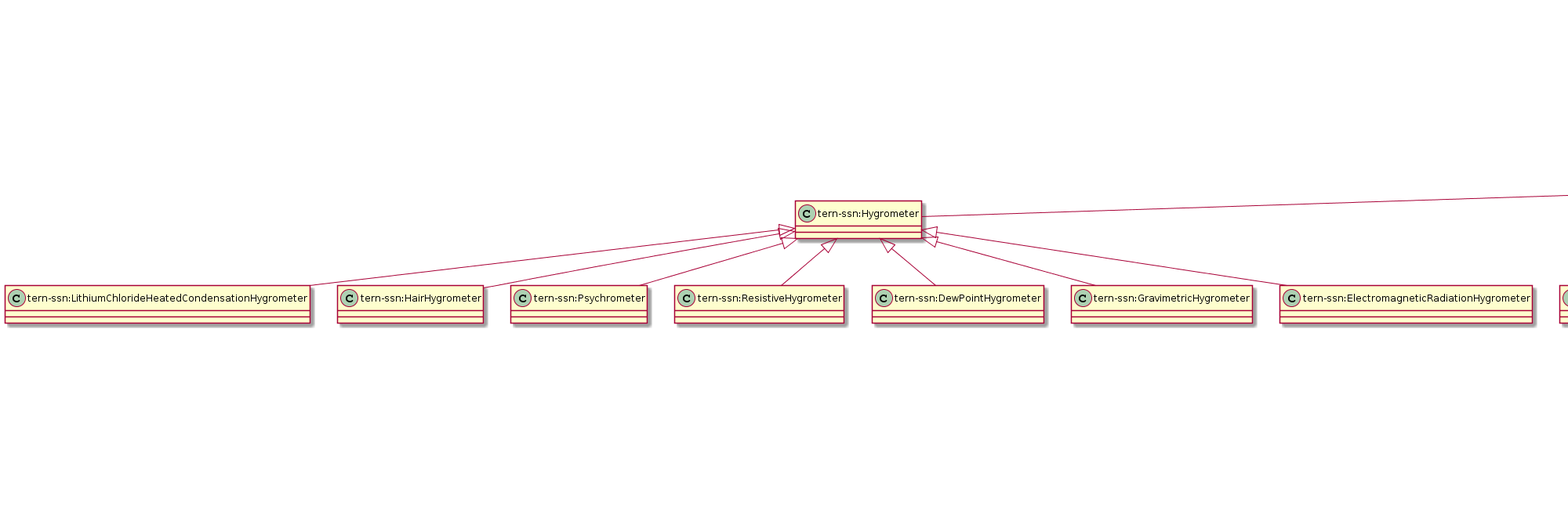
ternaustralia/ontology_tern-sensor keeps this PlantUML diagram as docs/tern-ssn.ttl.txt.png. Above is the earlier version.
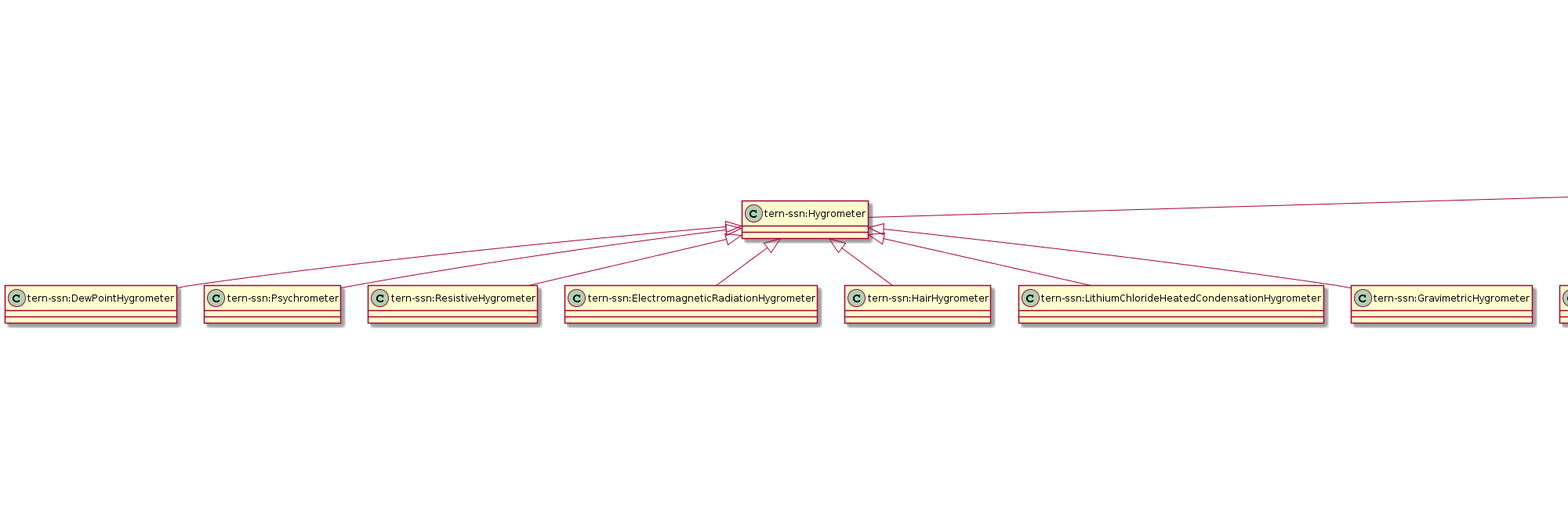
After the commit.

Diff of the diagram source:
```diff
@@ -1,189 +1,219 @@
 @startuml
 title TERN SSN ontology extension and vocabulary
+"tern-ssn:Hygrometer" <|-- "tern-ssn:DewPointHygrometer"
+"sosa:Sensor" <|-- "tern-ssn:Hygrometer"
+"owl:Thing" <|-- "tern-ssn:DeploymentInfo"
+"tern-ssn:Site" <|-- "tern-ssn:SuperSite"
+"tern-ssn:RadiationSensor" <|-- "tern-ssn:QuantumSensor"
+"sosa:Sensor" <|-- "tern-ssn:HeatFluxSensor"
+"sosa:Sensor" <|-- "tern-ssn:RainGauge"
+"tern-ssn:FixedPlatform" <|-- "tern-ssn:Site"
+"sosa:Sensor" <|-- "tern-ssn:SoilMoistureSensor"
+"tern-ssn:RainGauge" <|-- "tern-ssn:TippingBucketRainGauge"
+"owl:Thing" <|-- "tern-ssn:FlightPlan"
+"tern-ssn:RainGauge" <|-- "tern-ssn:OpticalRainGauge"
+"tern-ssn:Anemometer" <|-- "tern-ssn:HotWireAnemometer"
+"tern-ssn:SonicAnemometer" <|-- "tern-ssn:3DSonicAnemometer"
+"prov:Entity" <|-- "tern-ssn:SensorConfiguration"
+"sosa:Sensor" <|-- "tern-ssn:TemperatureSensor"
+"tern-ssn:Hygrometer" <|-- "tern-ssn:Psychrometer"
+"sosa:Sensor" <|-- "tern-ssn:InfraredGasAnalyzer"
+"tern-ssn:Hygrometer" <|-- "tern-ssn:ResistiveHygrometer"
+"tern-ssn:Hygrometer" <|-- "tern-ssn:ElectromagneticRadiationHygrometer"
+"tern-ssn:Site" <|-- "tern-ssn:EcosystemProcessesSite"
+"sosa:Platform" <|-- "tern-ssn:FixedPlatform"
+"sosa:Sensor" <|-- "tern-ssn:CapactitiveSensor"
+"tern-ssn:Anemometer" <|-- "tern-ssn:CupAnemometer"
+"sosa:Sensor" <|-- "tern-ssn:Barometer"
+"sosa:Sensor" <|-- "tern-ssn:Spectrometer"
+"sosa:Sensor" <|-- "tern-ssn:SapFlowSensor"
+"tern-ssn:Radiometer" <|-- "tern-ssn:Pyrradiometer"
+"tern-ssn:Site" <|-- "tern-ssn:AffiliateSuperSite"
+"prov:Entity" <|-- "tern-ssn:Calibration"
+"tern-ssn:Hygrometer" <|-- "tern-ssn:HairHygrometer"
 "tern-ssn:Hygrometer" <|-- "tern-ssn:LithiumChlorideHeatedCondensationHygrometer"
+"tern-ssn:Actinometer" <|-- "tern-ssn:Pyranometer"
+"tern-ssn:TemperatureSensor" <|-- "tern-ssn:Thermocouple"
+"ssn:System" <|-- "sosa:Sensor"
+"tern-ssn:EddyCovarianceFluxTower" <|-- "tern-ssn:PoleTower"
+"tern-ssn:Aircraft" <|-- "tern-ssn:Drone"
+"sosa:Sensor" <|-- "tern-ssn:RadiationSensor"
+"tern-ssn:TemperatureSensor" <|-- "tern-ssn:ResistanceThermometer"
+"tern-ssn:RadiationSensor" <|-- "tern-ssn:Pyrgeometer"
+"tern-ssn:EddyCovarianceFluxTower" <|-- "tern-ssn:TripodTower"
+"sosa:Sensor" <|-- "tern-ssn:Dendrometer"
 "tern-ssn:SoilMoistureSensor" <|-- "tern-ssn:TimeDomainReflectometer"
-"tern-ssn:RadiationSensor" <|-- "tern-ssn:QuantumSensor"
-"sosa:Sensor" <|-- "tern-ssn:RadiationSensor"
-"tern-ssn:Hygrometer" <|-- "tern-ssn:HairHygrometer"
-"sosa:Sensor" <|-- "tern-ssn:Hygrometer"
+"tern-ssn:RainGauge" <|-- "tern-ssn:WeighingPrecipitationGauge"
 "ssn:Property" <|-- "tern-ssn:SystemProperty"
+"tern-ssn:Barometer" <|-- "tern-ssn:AneroidBarometer"
+"tern-ssn:Actinometer" <|-- "tern-ssn:NetRadiometer"
+"tern-ssn:Barometer" <|-- "tern-ssn:MercuryBarometer"
+"tern-ssn:Hygrometer" <|-- "tern-ssn:GravimetricHygrometer"
+"tern-ssn:EddyCovarianceFluxTower" <|-- "tern-ssn:TriangleTower"
+"schema:Event" <|-- "tern-ssn:DroneCampaign"
+"tern-ssn:Barometer" <|-- "tern-ssn:ElectronicBarometer"
+"tern-ssn:SoilMoistureSensor" <|-- "tern-ssn:FrequencyDomainReflectometer"
+"sosa:Platform" <|-- "tern-ssn:MobilePlatform"
+"tern-ssn:RadiationSensor" <|-- "tern-ssn:Radiometer"
+"tern-ssn:Radiometer" <|-- "tern-ssn:Actinometer"
+"tern-ssn:SonicAnemometer" <|-- "tern-ssn:2DSonicAnemometer"
+"tern-ssn:EddyCovarianceFluxTower" <|-- "tern-ssn:WalkUpTower"
+"ssn:Property" <|-- "tern-ssn:SystemCapability"
+"tern-ssn:WindSensor" <|-- "tern-ssn:Anemometer"
+"tern-ssn:FixedPlatform" <|-- "tern-ssn:WeatherStation"
+"sosa:Sensor" <|-- "tern-ssn:WindSensor"
+"tern-ssn:MobilePlatform" <|-- "tern-ssn:Satellite"
 "sosa:Sensor" <|-- "tern-ssn:Ceilometer"
-"sosa:Sensor" <|-- "tern-ssn:Dendrometer"
-"tern-ssn:Actinometer" <|-- "tern-ssn:Pyranometer"
-"tern-ssn:TemperatureSensor" <|-- "tern-ssn:ResistanceThermometer"
-"tern-ssn:MobilePlatform" <|-- "tern-ssn:Satellite"
-"tern-ssn:SonicAnemometer" <|-- "tern-ssn:2DSonicAnemometer"
-"owl:Thing" <|-- "tern-ssn:DeploymentInfo"
-"tern-ssn:WindSensor" <|-- "tern-ssn:Anemometer"
-"tern-ssn:Barometer" <|-- "tern-ssn:ElectronicBarometer"
-"sosa:Platform" <|-- "tern-ssn:MobilePlatform"
-"tern-ssn:Actinometer" <|-- "tern-ssn:NetRadiometer"
-"sosa:Sensor" <|-- "tern-ssn:TemperatureSensor"
-"tern-ssn:FixedPlatform" <|-- "tern-ssn:WeatherStation"
-"tern-ssn:EcologicalPlot" <|-- "tern-ssn:SuperSite"
+"tern-ssn:RadiationSensor" <|-- "tern-ssn:Pyrheliometer"
 "tern-ssn:FixedPlatform" <|-- "tern-ssn:EddyCovarianceFluxTower"
-"tern-ssn:Anemometer" <|-- "tern-ssn:CupAnemometer"
-"tern-ssn:Hygrometer" <|-- "tern-ssn:Psychrometer"
-"sosa:Sensor" <|-- "tern-ssn:Spectrometer"
-"tern-ssn:Hygrometer" <|-- "tern-ssn:ResistiveHygrometer"
-"tern-ssn:Radiometer" <|-- "tern-ssn:Pyrradiometer"
 "tern-ssn:TemperatureSensor" <|-- "tern-ssn:Thermistor"
-"ssn:System" <|-- "sosa:Sensor"
 "tern-ssn:MobilePlatform" <|-- "tern-ssn:Aircraft"
-"sosa:Sensor" <|-- "tern-ssn:CapactitiveSensor"
-"tern-ssn:Hygrometer" <|-- "tern-ssn:DewPointHygrometer"
-"tern-ssn:RadiationSensor" <|-- "tern-ssn:Radiometer"
-"sosa:Sensor" <|-- "tern-ssn:SoilMoistureSensor"
-"tern-ssn:RainGauge" <|-- "tern-ssn:WeighingPrecipitationGauge"
-"sosa:Sensor" <|-- "tern-ssn:Barometer"
-"tern-ssn:TemperatureSensor" <|-- "tern-ssn:Thermocouple"
-"tern-ssn:Anemometer" <|-- "tern-ssn:HotWireAnemometer"
-"tern-ssn:Hygrometer" <|-- "tern-ssn:GravimetricHygrometer"
-"sosa:Sensor" <|-- "tern-ssn:InfraredGasAnalyzer"
-"tern-ssn:Aircraft" <|-- "tern-ssn:Drone"
 "tern-ssn:Anemometer" <|-- "tern-ssn:SonicAnemometer"
-"sosa:Platform" <|-- "tern-ssn:FixedPlatform"
-"tern-ssn:Barometer" <|-- "tern-ssn:MercuryBarometer"
-"sosa:Sensor" <|-- "tern-ssn:RainGauge"
-"tern-ssn:RainGauge" <|-- "tern-ssn:OpticalRainGauge"
-"sosa:Sensor" <|-- "tern-ssn:WindSensor"
-"tern-ssn:Barometer" <|-- "tern-ssn:AneroidBarometer"
-"tern-ssn:RadiationSensor" <|-- "tern-ssn:Pyrgeometer"
-"tern-ssn:FixedPlatform" <|-- "tern-ssn:EcologicalPlot"
-"sosa:Sensor" <|-- "tern-ssn:SapFlowSensor"
-"tern-ssn:Hygrometer" <|-- "tern-ssn:ElectromagneticRadiationHygrometer"
-"tern-ssn:RadiationSensor" <|-- "tern-ssn:Pyrheliometer"
-"sosa:Sensor" <|-- "tern-ssn:HeatFluxSensor"
-"tern-ssn:RainGauge" <|-- "tern-ssn:TippingBucketRainGauge"
-"tern-ssn:Radiometer" <|-- "tern-ssn:Actinometer"
-"tern-ssn:SoilMoistureSensor" <|-- "tern-ssn:FrequencyDomainReflectometer"
-"ssn:Property" <|-- "tern-ssn:SystemCapability"
-"tern-ssn:SonicAnemometer" <|-- "tern-ssn:3DSonicAnemometer"
+Class "tern-ssn:DewPointHygrometer" [[https://w3id.org/tern/ontologies/ssn/DewPointHygrometer]] {
+}
+Class "tern-ssn:Hygrometer" [[https://w3id.org/tern/ontologies/ssn/Hygrometer]] {
+}
+Class "tern-ssn:DeploymentInfo" [[https://w3id.org/tern/ontologies/ssn/DeploymentInfo]] {
+}
+Class "tern-ssn:SuperSite" [[https://w3id.org/tern/ontologies/ssn/SuperSite]] {
+}
+Class "tern-ssn:QuantumSensor" [[https://w3id.org/tern/ontologies/ssn/QuantumSensor]] {
+}
+Class "tern-ssn:HeatFluxSensor" [[https://w3id.org/tern/ontologies/ssn/HeatFluxSensor]] {
+}
+Class "tern-ssn:RainGauge" [[https://w3id.org/tern/ontologies/ssn/RainGauge]] {
+}
+Class "tern-ssn:Site" [[https://w3id.org/tern/ontologies/ssn/Site]] {
+}
+Class "tern-ssn:SoilMoistureSensor" [[https://w3id.org/tern/ontologies/ssn/SoilMoistureSensor]] {
+}
+Class "tern-ssn:TippingBucketRainGauge" [[https://w3id.org/tern/ontologies/ssn/TippingBucketRainGauge]] {
+}
+Class "tern-ssn:FlightPlan" [[https://w3id.org/tern/ontologies/ssn/FlightPlan]] {
+}
+Class "tern-ssn:OpticalRainGauge" [[https://w3id.org/tern/ontologies/ssn/OpticalRainGauge]] {
+}
+Class "tern-ssn:HotWireAnemometer" [[https://w3id.org/tern/ontologies/ssn/HotWireAnemometer]] {
+}
+Class "ssn:Deployment" [[http://www.w3.org/ns/ssn/Deployment]] {
+}
+Class "tern-ssn:3DSonicAnemometer" [[https://w3id.org/tern/ontologies/ssn/3DSonicAnemometer]] {
+}
+Class "tern-ssn:SensorConfiguration" [[https://w3id.org/tern/ontologies/ssn/SensorConfiguration]] {
+}
+Class "tern-ssn:TemperatureSensor" [[https://w3id.org/tern/ontologies/ssn/TemperatureSensor]] {
+}
+Class "tern-ssn:Psychrometer" [[https://w3id.org/tern/ontologies/ssn/Psychrometer]] {
+}
+Class "tern-ssn:InfraredGasAnalyzer" [[https://w3id.org/tern/ontologies/ssn/InfraredGasAnalyzer]] {
+}
+Class "tern-ssn:ResistiveHygrometer" [[https://w3id.org/tern/ontologies/ssn/ResistiveHygrometer]] {
+}
+Class "tern-ssn:ElectromagneticRadiationHygrometer" [[https://w3id.org/tern/ontologies/ssn/ElectromagneticRadiationHygrometer]] {
+}
+Class "tern-ssn:EcosystemProcessesSite" [[https://w3id.org/tern/ontologies/ssn/EcosystemProcessesSite]] {
+}
+Class "tern-ssn:FixedPlatform" [[https://w3id.org/tern/ontologies/ssn/FixedPlatform]] {
+}
+Class "tern-ssn:CapactitiveSensor" [[https://w3id.org/tern/ontologies/ssn/CapactitiveSensor]] {
+}
+Class "tern-ssn:CupAnemometer" [[https://w3id.org/tern/ontologies/ssn/CupAnemometer]] {
+}
+Class "tern-ssn:Barometer" [[https://w3id.org/tern/ontologies/ssn/Barometer]] {
+}
+Class "tern-ssn:Spectrometer" [[https://w3id.org/tern/ontologies/ssn/Spectrometer]] {
+}
+Class "tern-ssn:SapFlowSensor" [[https://w3id.org/tern/ontologies/ssn/SapFlowSensor]] {
+}
+Class "tern-ssn:Pyrradiometer" [[https://w3id.org/tern/ontologies/ssn/Pyrradiometer]] {
+}
+Class "sosa:Platform" [[http://www.w3.org/ns/sosa/Platform]] {
+}
+Class "ssn:System" [[http://www.w3.org/ns/ssn/System]] {
+}
+Class "tern-ssn:AffiliateSuperSite" [[https://w3id.org/tern/ontologies/ssn/AffiliateSuperSite]] {
+}
+Class "tern-ssn:Calibration" [[https://w3id.org/tern/ontologies/ssn/Calibration]] {
+}
+Class "tern-ssn:HairHygrometer" [[https://w3id.org/tern/ontologies/ssn/HairHygrometer]] {
+}
 Class "tern-ssn:LithiumChlorideHeatedCondensationHygrometer" [[https://w3id.org/tern/ontologies/ssn/LithiumChlorideHeatedCondensationHygrometer]] {
+}
+Class "tern-ssn:Pyranometer" [[https://w3id.org/tern/ontologies/ssn/Pyranometer]] {
+}
+Class "tern-ssn:Thermocouple" [[https://w3id.org/tern/ontologies/ssn/Thermocouple]] {
+}
+Class "sosa:Sensor" [[http://www.w3.org/ns/sosa/Sensor]] {
+}
+Class "tern-ssn:PoleTower" [[https://w3id.org/tern/ontologies/ssn/PoleTower]] {
+}
+Class "tern-ssn:Drone" [[https://w3id.org/tern/ontologies/ssn/Drone]] {
+}
+Class "tern-ssn:RadiationSensor" [[https://w3id.org/tern/ontologies/ssn/RadiationSensor]] {
+}
+Class "tern-ssn:ResistanceThermometer" [[https://w3id.org/tern/ontologies/ssn/ResistanceThermometer]] {
+}
+Class "tern-ssn:Pyrgeometer" [[https://w3id.org/tern/ontologies/ssn/Pyrgeometer]] {
+}
+Class "tern-ssn:TripodTower" [[https://w3id.org/tern/ontologies/ssn/TripodTower]] {
+}
+Class "tern-ssn:Dendrometer" [[https://w3id.org/tern/ontologies/ssn/Dendrometer]] {
 }
 Class "tern-ssn:TimeDomainReflectometer" [[https://w3id.org/tern/ontologies/ssn/TimeDomainReflectometer]] {
 }
-Class "tern-ssn:QuantumSensor" [[https://w3id.org/tern/ontologies/ssn/QuantumSensor]] {
-}
-Class "tern-ssn:RadiationSensor" [[https://w3id.org/tern/ontologies/ssn/RadiationSensor]] {
-}
-Class "ssn:System" [[http://www.w3.org/ns/ssn/System]] {
-}
-Class "tern-ssn:HairHygrometer" [[https://w3id.org/tern/ontologies/ssn/HairHygrometer]] {
-}
-Class "tern-ssn:Hygrometer" [[https://w3id.org/tern/ontologies/ssn/Hygrometer]] {
+Class "tern-ssn:WeighingPrecipitationGauge" [[https://w3id.org/tern/ontologies/ssn/WeighingPrecipitationGauge]] {
 }
 Class "tern-ssn:SystemProperty" [[https://www.w3.org/ns/ssn/systems/SystemProperty]] {
 }
-Class "tern-ssn:Ceilometer" [[https://w3id.org/tern/ontologies/ssn/Ceilometer]] {
+Class "tern-ssn:AneroidBarometer" [[https://w3id.org/tern/ontologies/ssn/AneroidBarometer]] {
 }
-Class "tern-ssn:Dendrometer" [[https://w3id.org/tern/ontologies/ssn/Dendrometer]] {
+Class "tern-ssn:NetRadiometer" [[https://w3id.org/tern/ontologies/ssn/NetRadiometer]] {
 }
-Class "tern-ssn:Pyranometer" [[https://w3id.org/tern/ontologies/ssn/Pyranometer]] {
+Class "tern-ssn:MercuryBarometer" [[https://w3id.org/tern/ontologies/ssn/MercuryBarometer]] {
 }
-Class "tern-ssn:ResistanceThermometer" [[https://w3id.org/tern/ontologies/ssn/ResistanceThermometer]] {
+Class "tern-ssn:GravimetricHygrometer" [[https://w3id.org/tern/ontologies/ssn/GravimetricHygrometer]] {
+}
+Class "tern-ssn:TriangleTower" [[https://w3id.org/tern/ontologies/ssn/TriangleTower]] {
+}
+Class "tern-ssn:DroneCampaign" [[https://w3id.org/tern/ontologies/ssn/DroneCampaign]] {
+}
+Class "tern-ssn:ElectronicBarometer" [[https://w3id.org/tern/ontologies/ssn/ElectronicBarometer]] {
+}
+Class "tern-ssn:FrequencyDomainReflectometer" [[https://w3id.org/tern/ontologies/ssn/FrequencyDomainReflectometer]] {
+}
+Class "tern-ssn:MobilePlatform" [[https://w3id.org/tern/ontologies/ssn/MobilePlatform]] {
+}
+Class "tern-ssn:Radiometer" [[https://w3id.org/tern/ontologies/ssn/Radiometer]] {
+}
+Class "tern-ssn:Actinometer" [[https://w3id.org/tern/ontologies/ssn/Actinometer]] {
+}
+Class "tern-ssn:2DSonicAnemometer" [[https://w3id.org/tern/ontologies/ssn/2DSonicAnemometer]] {
+}
+Class "tern-ssn:WalkUpTower" [[https://w3id.org/tern/ontologies/ssn/WalkUpTower]] {
+}
+Class "tern-ssn:SystemCapability" [[https://www.w3.org/ns/ssn/systems/SystemCapability]] {
+}
+Class "tern-ssn:Anemometer" [[https://w3id.org/tern/ontologies/ssn/Anemometer]] {
+}
+Class "tern-ssn:WeatherStation" [[https://w3id.org/tern/ontologies/ssn/WeatherStation]] {
+}
+Class "tern-ssn:WindSensor" [[https://w3id.org/tern/ontologies/ssn/WindSensor]] {
 }
 Class "tern-ssn:Satellite" [[https://w3id.org/tern/ontologies/ssn/Satellite]] {
 }
-Class "tern-ssn:2DSonicAnemometer" [[https://w3id.org/tern/ontologies/ssn/2DSonicAnemometer]] {
+Class "tern-ssn:Ceilometer" [[https://w3id.org/tern/ontologies/ssn/Ceilometer]] {
 }
-Class "tern-ssn:DeploymentInfo" [[https://w3id.org/tern/ontologies/ssn/DeploymentInfo]] {
-}
-Class "tern-ssn:Anemometer" [[https://w3id.org/tern/ontologies/ssn/Anemometer]] {
-}
-Class "tern-ssn:ElectronicBarometer" [[https://w3id.org/tern/ontologies/ssn/ElectronicBarometer]] {
-}
-Class "tern-ssn:MobilePlatform" [[https://w3id.org/tern/ontologies/ssn/MobilePlatform]] {
-}
-Class "sosa:Platform" [[http://www.w3.org/ns/sosa/Platform]] {
-}
-Class "tern-ssn:NetRadiometer" [[https://w3id.org/tern/ontologies/ssn/NetRadiometer]] {
-}
-Class "tern-ssn:TemperatureSensor" [[https://w3id.org/tern/ontologies/ssn/TemperatureSensor]] {
-}
-Class "tern-ssn:ub1bL22C25" [[ub1bL22C25]] {
-}
-Class "tern-ssn:WeatherStation" [[https://w3id.org/tern/ontologies/ssn/WeatherStation]] {
-}
-Class "tern-ssn:SuperSite" [[https://w3id.org/tern/ontologies/ssn/SuperSite]] {
+Class "tern-ssn:Pyrheliometer" [[https://w3id.org/tern/ontologies/ssn/Pyrheliometer]] {
 }
 Class "tern-ssn:EddyCovarianceFluxTower" [[https://w3id.org/tern/ontologies/ssn/EddyCovarianceFluxTower]] {
 }
-Class "tern-ssn:CupAnemometer" [[https://w3id.org/tern/ontologies/ssn/CupAnemometer]] {
-}
-Class "tern-ssn:Psychrometer" [[https://w3id.org/tern/ontologies/ssn/Psychrometer]] {
-}
-Class "tern-ssn:Spectrometer" [[https://w3id.org/tern/ontologies/ssn/Spectrometer]] {
-}
-Class "tern-ssn:ResistiveHygrometer" [[https://w3id.org/tern/ontologies/ssn/ResistiveHygrometer]] {
-}
-Class "tern-ssn:Pyrradiometer" [[https://w3id.org/tern/ontologies/ssn/Pyrradiometer]] {
-}
 Class "tern-ssn:Thermistor" [[https://w3id.org/tern/ontologies/ssn/Thermistor]] {
-}
-Class "sosa:Sensor" [[http://www.w3.org/ns/sosa/Sensor]] {
 }
 Class "tern-ssn:Aircraft" [[https://w3id.org/tern/ontologies/ssn/Aircraft]] {
 }
-Class "tern-ssn:CapactitiveSensor" [[https://w3id.org/tern/ontologies/ssn/CapactitiveSensor]] {
-}
-Class "tern-ssn:DewPointHygrometer" [[https://w3id.org/tern/ontologies/ssn/DewPointHygrometer]] {
-}
-Class "tern-ssn:Radiometer" [[https://w3id.org/tern/ontologies/ssn/Radiometer]] {
-}
-Class "tern-ssn:SoilMoistureSensor" [[https://w3id.org/tern/ontologies/ssn/SoilMoistureSensor]] {
-}
-Class "tern-ssn:WeighingPrecipitationGauge" [[https://w3id.org/tern/ontologies/ssn/WeighingPrecipitationGauge]] {
-}
-Class "tern-ssn:Barometer" [[https://w3id.org/tern/ontologies/ssn/Barometer]] {
-}
-Class "tern-ssn:Thermocouple" [[https://w3id.org/tern/ontologies/ssn/Thermocouple]] {
-}
-Class "tern-ssn:HotWireAnemometer" [[https://w3id.org/tern/ontologies/ssn/HotWireAnemometer]] {
-}
-Class "tern-ssn:GravimetricHygrometer" [[https://w3id.org/tern/ontologies/ssn/GravimetricHygrometer]] {
-}
-Class "tern-ssn:InfraredGasAnalyzer" [[https://w3id.org/tern/ontologies/ssn/InfraredGasAnalyzer]] {
-}
-Class "tern-ssn:Drone" [[https://w3id.org/tern/ontologies/ssn/Drone]] {
+Class "tern-ssn:ub1bL23C25" [[ub1bL23C25]] {
 }
 Class "tern-ssn:SonicAnemometer" [[https://w3id.org/tern/ontologies/ssn/SonicAnemometer]] {
-}
-Class "tern-ssn:FixedPlatform" [[https://w3id.org/tern/ontologies/ssn/FixedPlatform]] {
-}
-Class "tern-ssn:MercuryBarometer" [[https://w3id.org/tern/ontologies/ssn/MercuryBarometer]] {
-}
-Class "tern-ssn:RainGauge" [[https://w3id.org/tern/ontologies/ssn/RainGauge]] {
-}
-Class "tern-ssn:OpticalRainGauge" [[https://w3id.org/tern/ontologies/ssn/OpticalRainGauge]] {
-}
-Class "tern-ssn:WindSensor" [[https://w3id.org/tern/ontologies/ssn/WindSensor]] {
-}
-Class "tern-ssn:AneroidBarometer" [[https://w3id.org/tern/ontologies/ssn/AneroidBarometer]] {
-}
-Class "ssn:Deployment" [[http://www.w3.org/ns/ssn/Deployment]] {
-}
-Class "tern-ssn:Pyrgeometer" [[https://w3id.org/tern/ontologies/ssn/Pyrgeometer]] {
-}
-Class "tern-ssn:EcologicalPlot" [[https://w3id.org/tern/ontologies/ssn/EcologicalPlot]] {
-}
-Class "tern-ssn:SapFlowSensor" [[https://w3id.org/tern/ontologies/ssn/SapFlowSensor]] {
-}
-Class "tern-ssn:ElectromagneticRadiationHygrometer" [[https://w3id.org/tern/ontologies/ssn/ElectromagneticRadiationHygrometer]] {
-}
-Class "tern-ssn:Pyrheliometer" [[https://w3id.org/tern/ontologies/ssn/Pyrheliometer]] {
-}
-Class "tern-ssn:HeatFluxSensor" [[https://w3id.org/tern/ontologies/ssn/HeatFluxSensor]] {
-}
-Class "tern-ssn:TippingBucketRainGauge" [[https://w3id.org/tern/ontologies/ssn/TippingBucketRainGauge]] {
-}
-Class "tern-ssn:Actinometer" [[https://w3id.org/tern/ontologies/ssn/Actinometer]] {
-}
-Class "tern-ssn:FrequencyDomainReflectometer" [[https://w3id.org/tern/ontologies/ssn/FrequencyDomainReflectometer]] {
-}
-Class "tern-ssn:SystemCapability" [[https://www.w3.org/ns/ssn/systems/SystemCapability]] {
-}
-Class "tern-ssn:3DSonicAnemometer" [[https://w3id.org/tern/ontologies/ssn/3DSonicAnemometer]] {
 }
 header
 Creator: Edmond Chuc (e.chuc@uq.edu.au)
```
